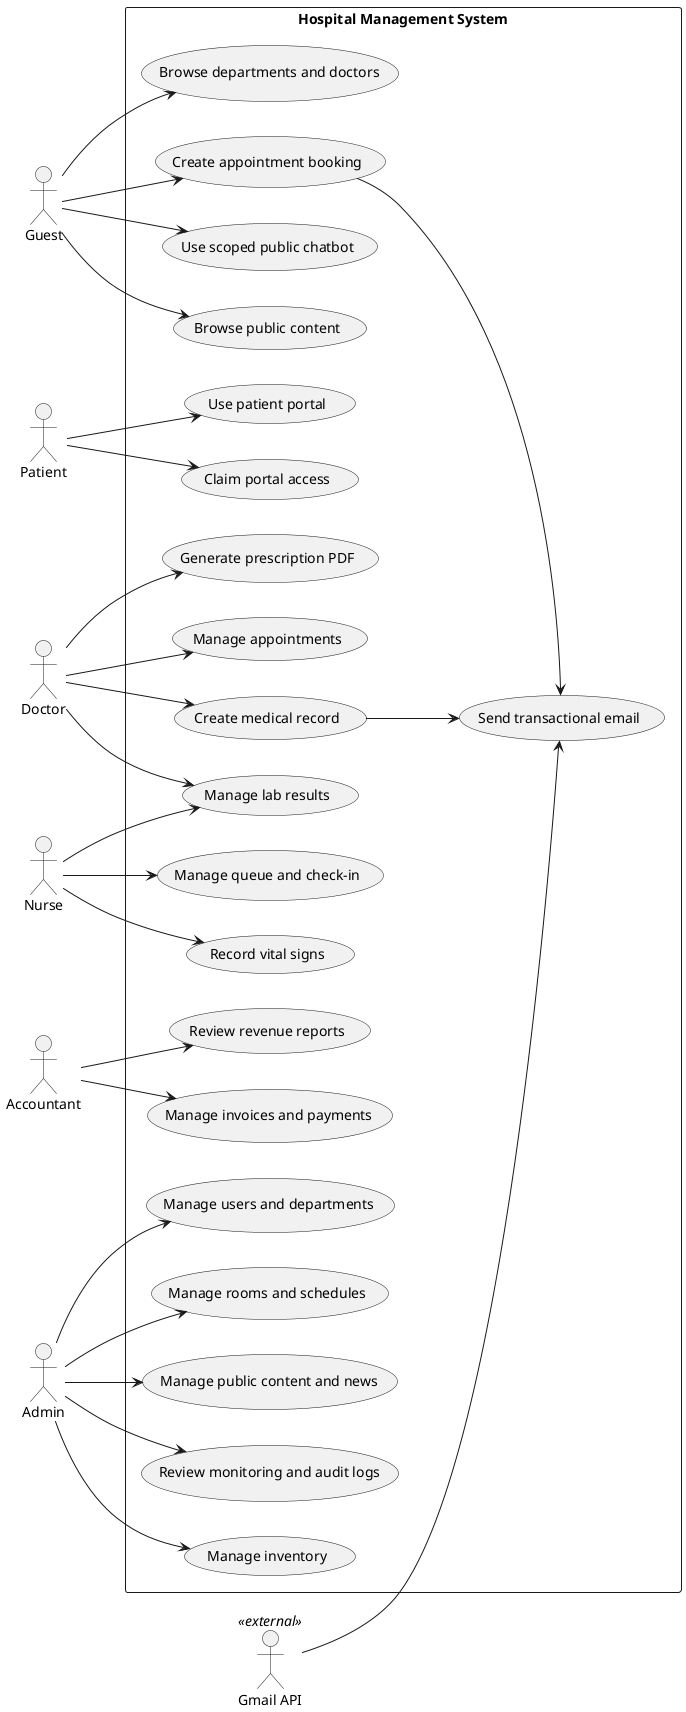
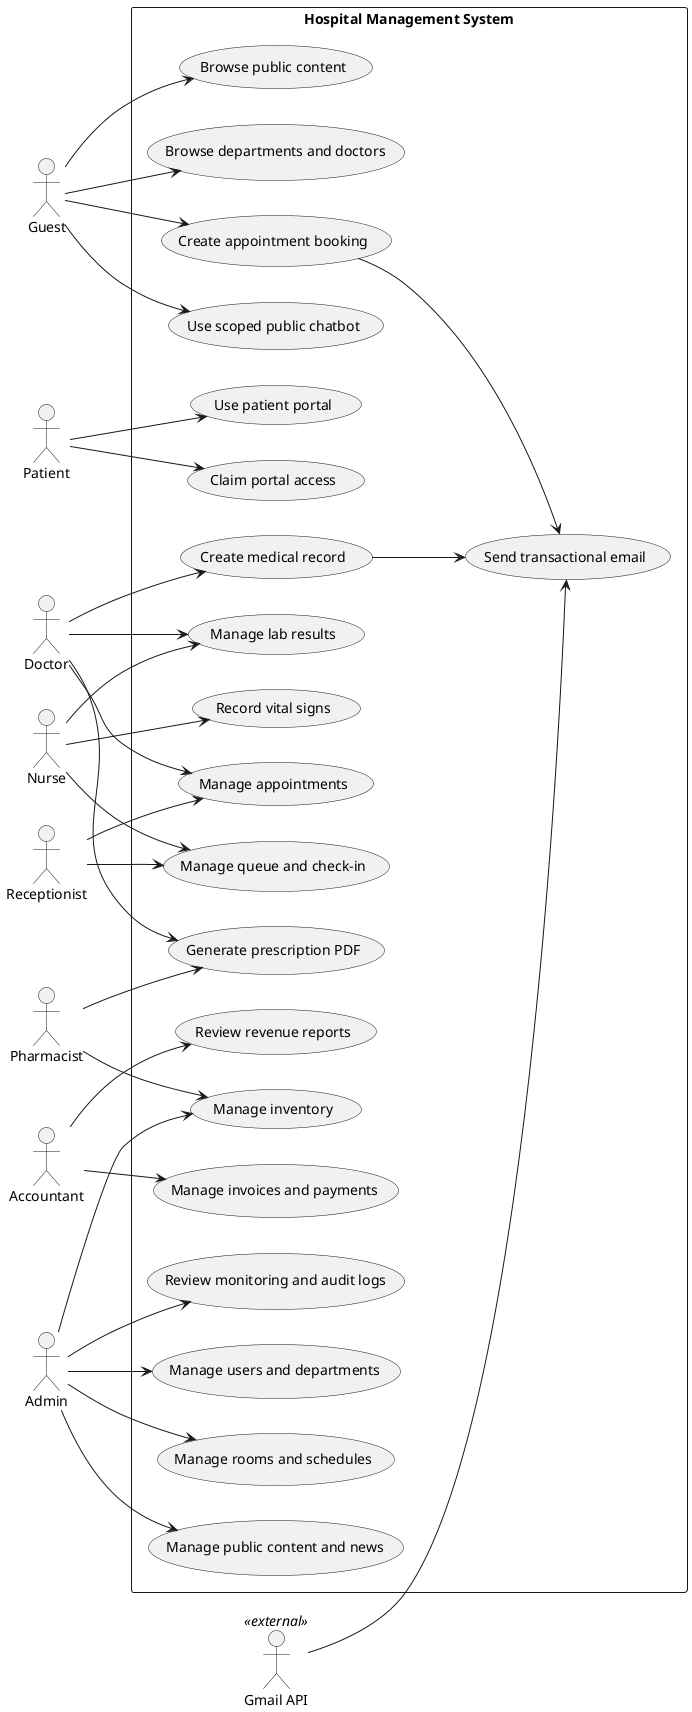
@startuml
left to right direction

actor Guest
actor Patient
actor Doctor
actor Nurse
+ actor Receptionist
+ actor Pharmacist
actor Accountant
actor Admin
actor "Gmail API" as Gmail <<external>>

rectangle "Hospital Management System" {
  usecase "Browse public content" as UC_PublicContent
  usecase "Browse departments and doctors" as UC_Discovery
  usecase "Create appointment booking" as UC_Booking
  usecase "Use scoped public chatbot" as UC_Chatbot

  usecase "Claim portal access" as UC_Claim
  usecase "Use patient portal" as UC_Portal

  usecase "Manage appointments" as UC_Appointments
  usecase "Create medical record" as UC_Record
  usecase "Generate prescription PDF" as UC_Pdf
  usecase "Manage queue and check-in" as UC_Queue
  usecase "Record vital signs" as UC_Vitals
  usecase "Manage lab results" as UC_Labs

  usecase "Manage invoices and payments" as UC_Finance
  usecase "Review revenue reports" as UC_Revenue
  usecase "Manage inventory" as UC_Inventory

  usecase "Manage users and departments" as UC_AdminPeople
  usecase "Manage rooms and schedules" as UC_AdminOps
  usecase "Manage public content and news" as UC_AdminContent
  usecase "Review monitoring and audit logs" as UC_Monitoring
  usecase "Send transactional email" as UC_Email
}

Guest --> UC_PublicContent
Guest --> UC_Discovery
Guest --> UC_Booking
Guest --> UC_Chatbot

Patient --> UC_Claim
Patient --> UC_Portal

Doctor --> UC_Appointments
Doctor --> UC_Record
Doctor --> UC_Pdf
Doctor --> UC_Labs

Nurse --> UC_Queue
Nurse --> UC_Vitals
Nurse --> UC_Labs

+ Receptionist --> UC_Appointments
+ Receptionist --> UC_Queue
+ 
+ Pharmacist --> UC_Pdf
+ Pharmacist --> UC_Inventory
+ 
Accountant --> UC_Finance
Accountant --> UC_Revenue

Admin --> UC_AdminPeople
Admin --> UC_AdminOps
Admin --> UC_AdminContent
Admin --> UC_Monitoring
Admin --> UC_Inventory

UC_Booking --> UC_Email
UC_Record --> UC_Email
Gmail --> UC_Email
@enduml
